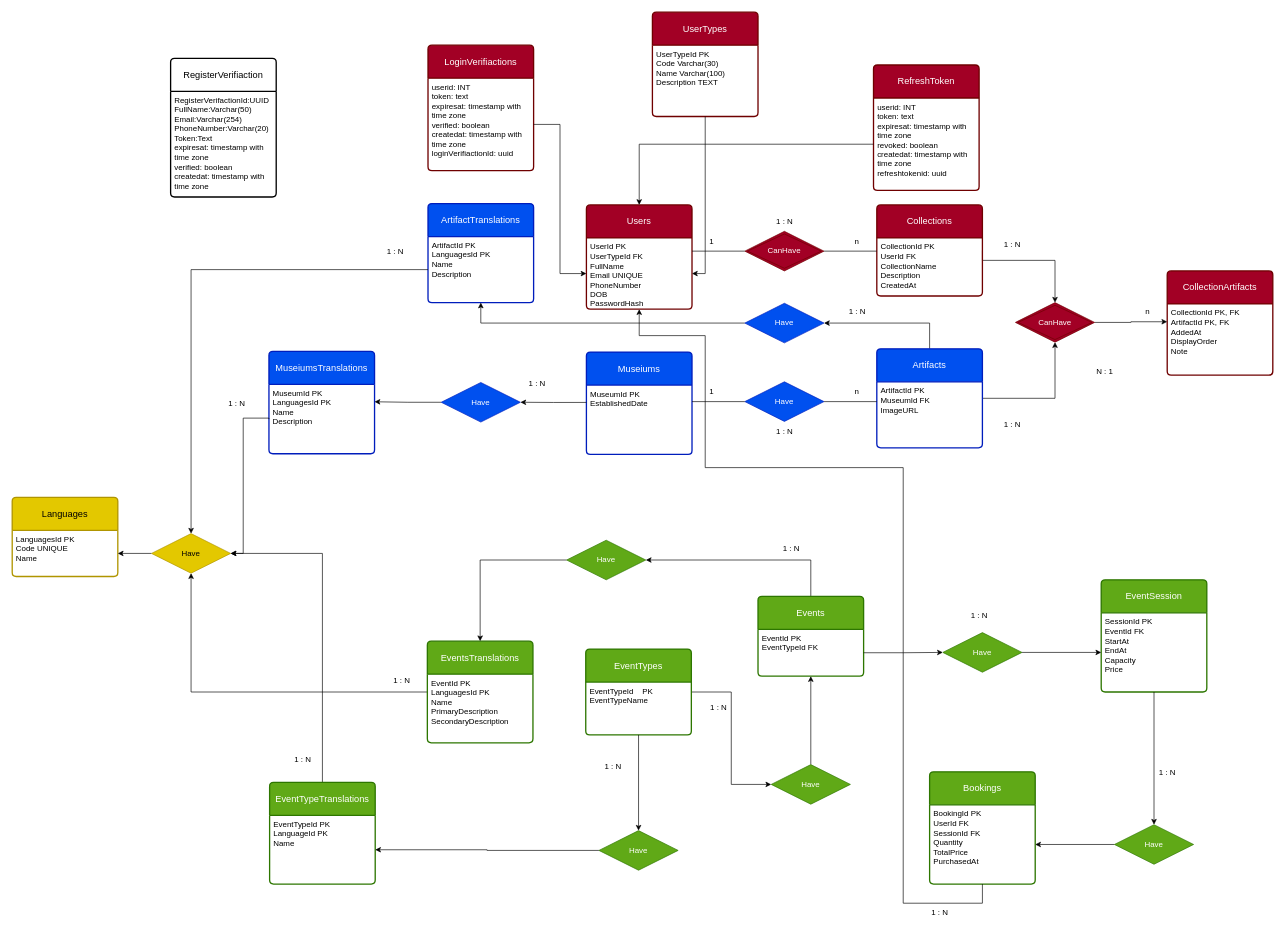
Before: LoghanteDOC/ERD/LoghanteDB_UserTypesV1.1.2.drawio in iXZed026/Loghante-Project, a draw.io diagram. Source tidied: cells renumbered, new cells numbered last; positions are measured from the earlier drawing's top-left corner, leaving out a move shared by most shapes. Both pictures are drawn from the tidied source at 66%, with x=0, y=0 at pixel (12, 12).
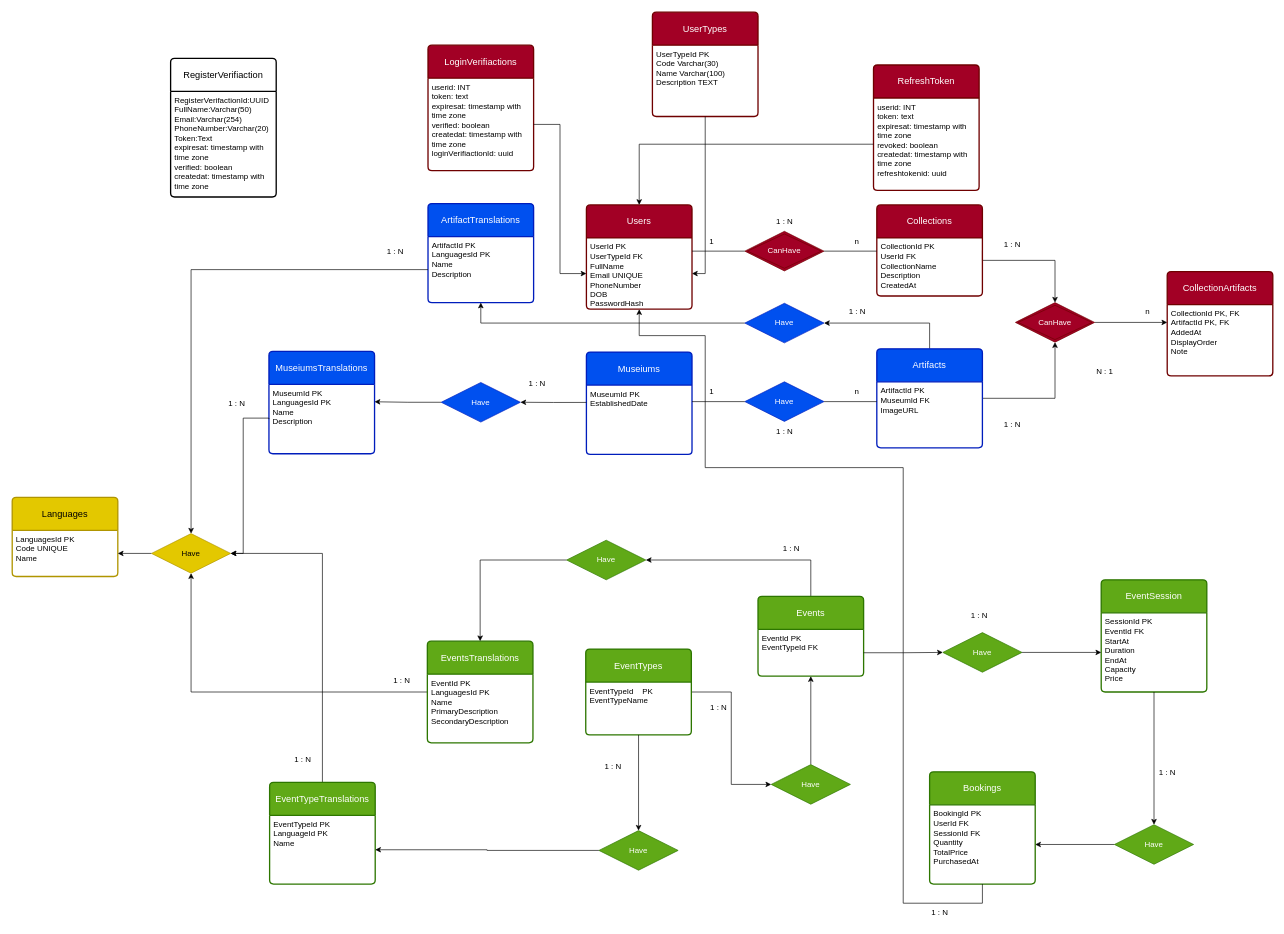
After the change.

Unchanged cells that the change refers to:
```xml
<mxCell id="41" value="EventSession" style="swimlane;horizontal=1;startSize=50;rounded=1;fontSize=14;fontStyle=0;strokeWidth=2;shadow=0;dashed=0;align=center;arcSize=4;whiteSpace=wrap;html=1;fillColor=#60a917;fontColor=#ffffff;strokeColor=#2D7600;" parent="1" vertex="1">
  <mxGeometry x="1650" y="860" width="160" height="170" as="geometry" />
</mxCell>
```

Diff of the diagram source:
```diff
@@
     <mxCell id="23" value="CollectionArtifacts" style="swimlane;horizontal=1;startSize=50;rounded=1;fontSize=14;fontStyle=0;strokeWidth=2;shadow=0;dashed=0;align=center;arcSize=4;whiteSpace=wrap;html=1;fillColor=#a20025;fontColor=#ffffff;strokeColor=#6F0000;" parent="1" vertex="1">
-      <mxGeometry x="1750" y="392" width="160" height="158" as="geometry" />
+      <mxGeometry x="1750" y="393" width="160" height="158" as="geometry" />
     </mxCell>
@@
-    <mxCell id="42" value="SessionId PK&lt;br&gt;EventId FK&lt;br&gt;StartAt&lt;br&gt;EndAt&lt;br&gt;Capacity&lt;br&gt;Price" style="align=left;strokeColor=none;fillColor=none;spacingLeft=4;spacingRight=4;fontSize=12;verticalAlign=top;html=1;whiteSpace=wrap;" parent="41" vertex="1">
+    <mxCell id="42" value="SessionId PK&lt;br&gt;EventId FK&lt;br&gt;StartAt&lt;br&gt;Duration&lt;br&gt;EndAt&lt;br&gt;Capacity&lt;br&gt;Price" style="align=left;strokeColor=none;fillColor=none;spacingLeft=4;spacingRight=4;fontSize=12;verticalAlign=top;html=1;whiteSpace=wrap;" parent="41" vertex="1">
       <mxGeometry y="50" width="160" height="120" as="geometry" />
     </mxCell>
```
